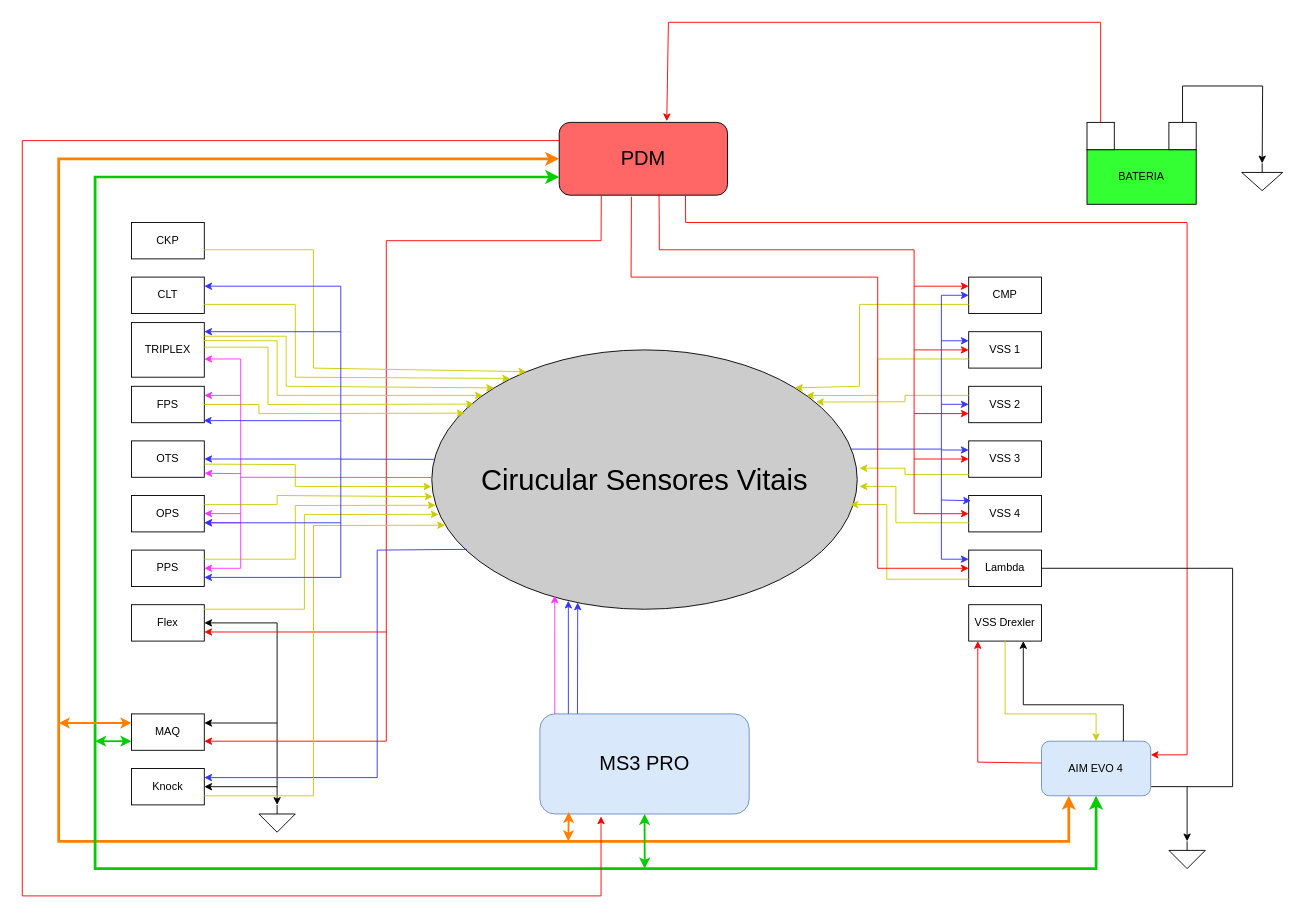
The draw.io diagram MalhaSensoresES-14.drawio in tutorres/FormulaMM, before the edit. Source tidied: cells renumbered, new cells numbered last; positions are measured from the earlier drawing's top-left corner, leaving out a move shared by most shapes. Both pictures are drawn from the tidied source at 91%, with x=0, y=0 at pixel (22, 22).
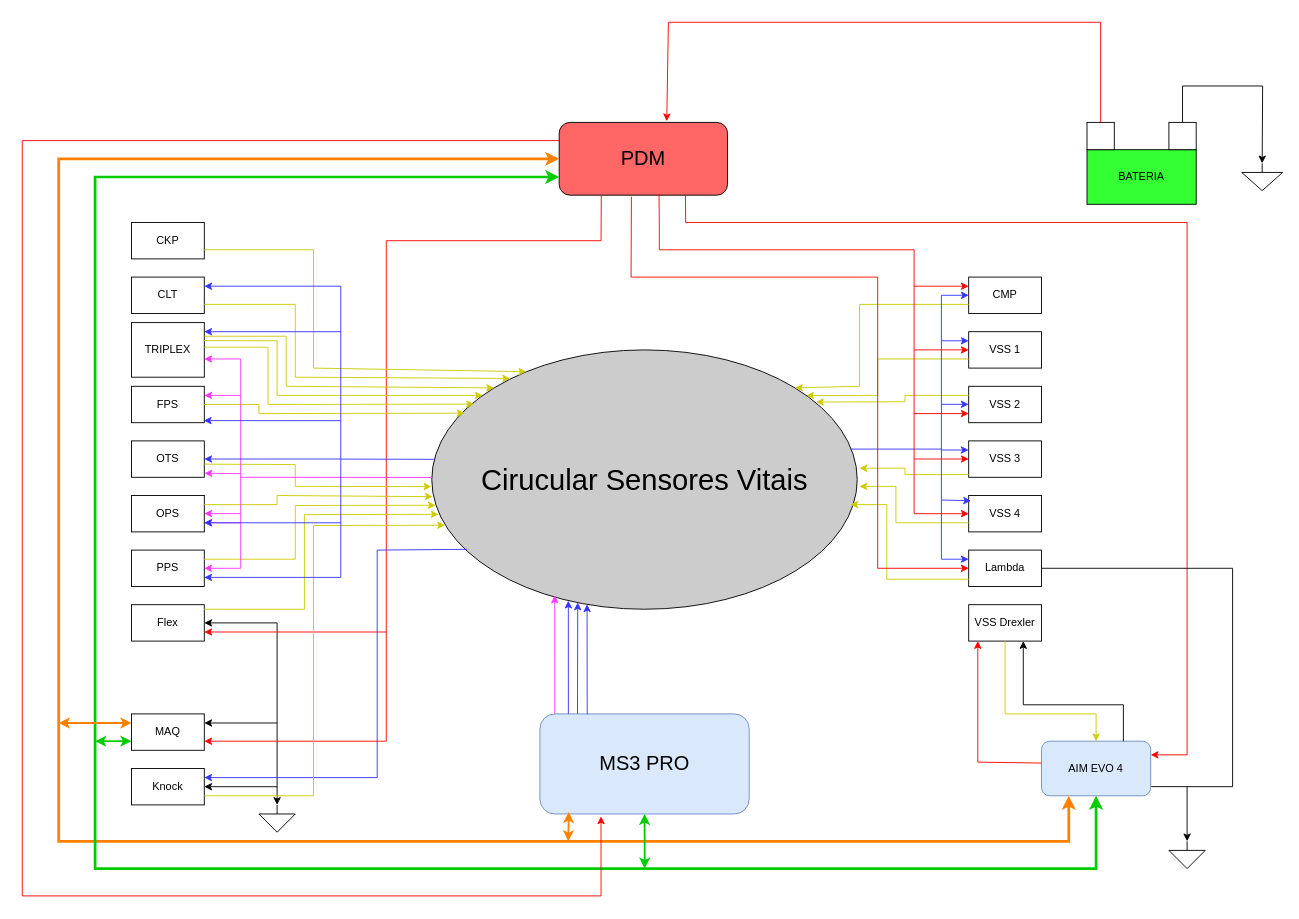
Above is the later version.

Unchanged cells that the change refers to:
```xml
<mxCell id="10" value="&lt;font style=&quot;font-size: 22px;&quot;&gt;MS3 PRO&lt;/font&gt;" style="rounded=1;whiteSpace=wrap;html=1;fillColor=#dae8fc;strokeColor=#6c8ebf;" parent="1" vertex="1">
  <mxGeometry x="568.8" y="760" width="230" height="110" as="geometry" />
</mxCell>
<mxCell id="11" value="&lt;font style=&quot;font-size: 32px;&quot;&gt;Cirucular Sensores Vitais&lt;/font&gt;" style="ellipse;whiteSpace=wrap;html=1;fillColor=#CCCCCC;" parent="1" vertex="1">
  <mxGeometry x="450" y="360" width="467.5" height="285" as="geometry" />
</mxCell>
```

The edit, as a diff of the source:
```diff
@@
+    <mxCell id="105" style="endArrow=classic;html=1;rounded=0;exitX=0.226;exitY=0.005;exitDx=0;exitDy=0;exitPerimeter=0;entryX=0.365;entryY=0.981;entryDx=0;entryDy=0;entryPerimeter=0;strokeColor=#3333FF;" parent="1" edge="1" source="10" target="11">
+      <mxGeometry relative="1" as="geometry" />
+    </mxCell>
```
